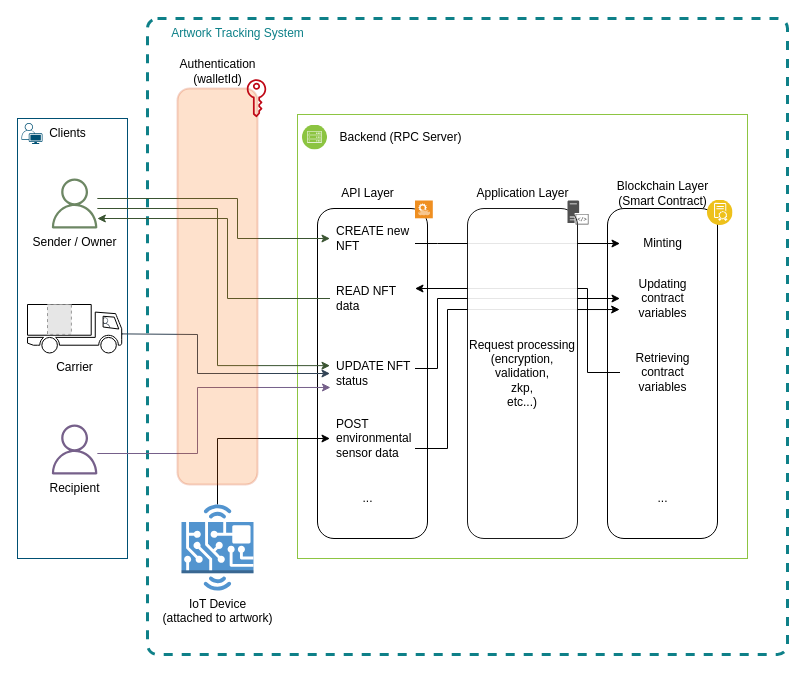
artis-project/artis-thesis keeps this draw.io diagram as diagrams/Architecture.drawio. Above is the earlier version. Source tidied: cells renumbered, new cells numbered last; positions are measured from the earlier drawing's top-left corner, leaving out a move shared by most shapes. Both pictures are drawn from the tidied source at 100%, with x=0, y=0 at pixel (17, 18). Pictures stored in the file or linked from it are replaced by grey dashed boxes.
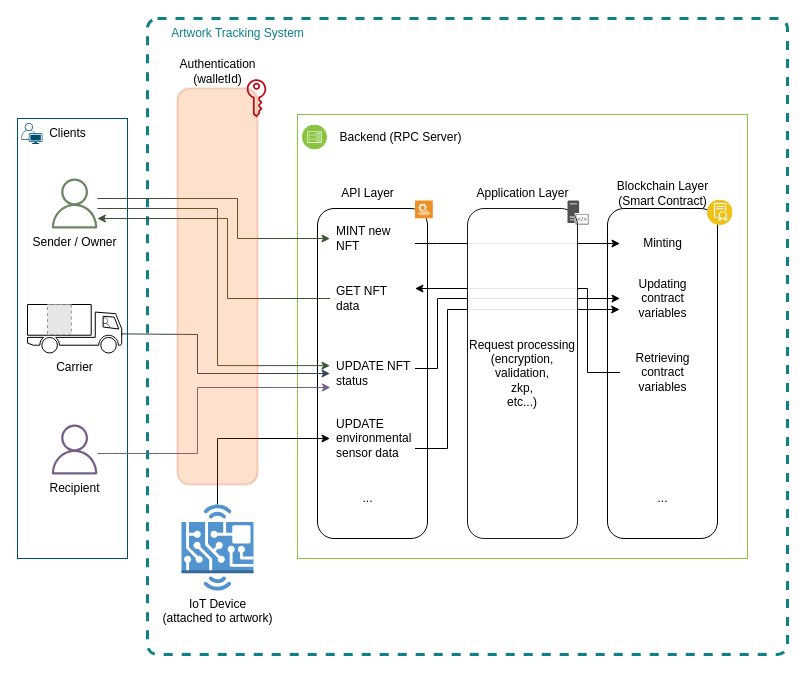
After the change.

What changed in the source:
```diff
@@
-    <mxCell id="12" value="POST environmental sensor data" style="text;strokeColor=none;fillColor=none;align=left;verticalAlign=middle;spacingLeft=4;spacingRight=4;overflow=hidden;points=[[0,0.5],[1,0.5]];portConstraint=eastwest;whiteSpace=wrap;html=1;" parent="1" vertex="1">
+    <mxCell id="12" value="UPDATE environmental sensor data" style="text;strokeColor=none;fillColor=none;align=left;verticalAlign=middle;spacingLeft=4;spacingRight=4;overflow=hidden;points=[[0,0.5],[1,0.5]];portConstraint=eastwest;whiteSpace=wrap;html=1;" parent="1" vertex="1">
       <mxGeometry x="312.5" y="390" width="85" height="60" as="geometry" />
     </mxCell>
@@
-    <mxCell id="14" value="CREATE new NFT" style="text;strokeColor=none;fillColor=none;align=left;verticalAlign=middle;spacingLeft=4;spacingRight=4;overflow=hidden;points=[[0,0.5],[1,0.5]];portConstraint=eastwest;whiteSpace=wrap;html=1;" parent="1" vertex="1">
+    <mxCell id="14" value="MINT new NFT" style="text;strokeColor=none;fillColor=none;align=left;verticalAlign=middle;spacingLeft=4;spacingRight=4;overflow=hidden;points=[[0,0.5],[1,0.5]];portConstraint=eastwest;whiteSpace=wrap;html=1;" parent="1" vertex="1">
       <mxGeometry x="312.5" y="190" width="85" height="60" as="geometry" />
     </mxCell>
@@
-    <mxCell id="17" value="READ NFT data" style="text;strokeColor=none;fillColor=none;align=left;verticalAlign=middle;spacingLeft=4;spacingRight=4;overflow=hidden;points=[[0,0.5],[1,0.5]];portConstraint=eastwest;whiteSpace=wrap;html=1;" parent="1" vertex="1">
+    <mxCell id="17" value="GET NFT data" style="text;strokeColor=none;fillColor=none;align=left;verticalAlign=middle;spacingLeft=4;spacingRight=4;overflow=hidden;points=[[0,0.5],[1,0.5]];portConstraint=eastwest;whiteSpace=wrap;html=1;" parent="1" vertex="1">
       <mxGeometry x="312.5" y="250" width="85" height="60" as="geometry" />
     </mxCell>
```
